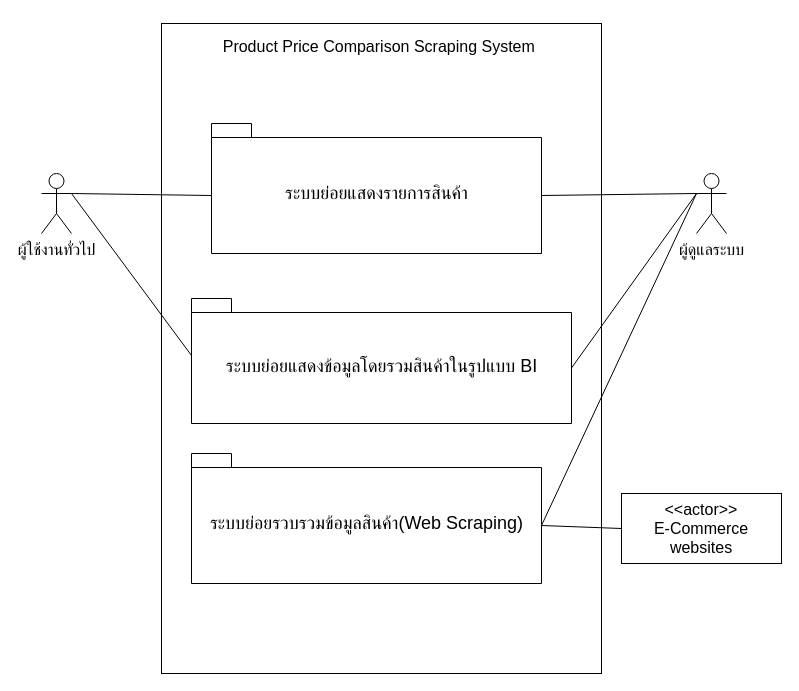
The draw.io diagram Untitled Diagram.drawio in newzyz/Share, before the edit. Source tidied: cells renumbered, new cells numbered last; positions are measured from the earlier drawing's top-left corner, leaving out a move shared by most shapes. Both pictures are drawn from the tidied source at 100%, with x=0, y=0 at pixel (41, 23).
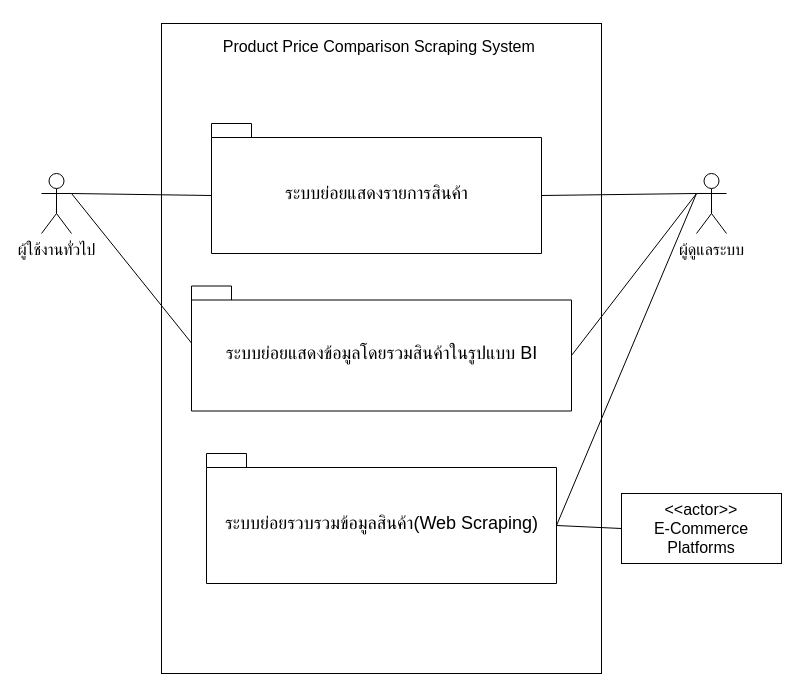
After the change.

The edit, as a diff of the source:
```diff
@@
 <mxGraphModel>
   <root>
     <mxCell id="0" />
     <mxCell id="1" parent="0" />
     <mxCell id="2" value="&lt;font face=&quot;calibri, sans-serif&quot;&gt;&lt;span style=&quot;font-size: 16px&quot;&gt;&lt;br&gt;Product Price Comparison Scraping System&amp;nbsp;&lt;/span&gt;&lt;/font&gt;" style="rounded=0;whiteSpace=wrap;html=1;spacingTop=-125;spacing=5;spacingBottom=500;" parent="1" vertex="1">
       <mxGeometry x="120" width="440" height="650" as="geometry" />
     </mxCell>
     <mxCell id="3" value="&lt;font style=&quot;font-size: 16px&quot;&gt;ผู้ใช้งานทั่วไป&lt;/font&gt;" style="shape=umlActor;verticalLabelPosition=bottom;verticalAlign=top;html=1;outlineConnect=0;hachureGap=4;" parent="1" vertex="1">
       <mxGeometry y="150" width="30" height="60" as="geometry" />
     </mxCell>
     <mxCell id="4" value="&lt;font style=&quot;font-size: 18px ; font-weight: normal&quot;&gt;ระบบย่อยแสดงรายการสินค้า&lt;/font&gt;" style="shape=folder;fontStyle=1;spacingTop=10;tabWidth=40;tabHeight=14;tabPosition=left;html=1;hachureGap=4;" parent="1" vertex="1">
       <mxGeometry x="170" y="100" width="330" height="130" as="geometry" />
     </mxCell>
     <mxCell id="5" style="endArrow=none;html=1;startSize=14;endSize=14;sourcePerimeterSpacing=8;targetPerimeterSpacing=8;entryX=0;entryY=0;entryDx=0;entryDy=72;entryPerimeter=0;exitX=1;exitY=0.3333333333333333;exitDx=0;exitDy=0;exitPerimeter=0;" parent="1" edge="1" source="3" target="4">
       <mxGeometry relative="1" as="geometry" />
     </mxCell>
     <mxCell id="6" value="&lt;font style=&quot;font-size: 18px ; font-weight: normal&quot;&gt;ระบบย่อยแสดงข้อมูลโดยรวมสินค้าในรูปแบบ BI&lt;/font&gt;" style="shape=folder;fontStyle=1;spacingTop=10;tabWidth=40;tabHeight=14;tabPosition=left;html=1;hachureGap=4;" parent="1" vertex="1">
-      <mxGeometry x="150" y="275" width="380" height="125" as="geometry" />
+      <mxGeometry x="150" y="262.5" width="380" height="125" as="geometry" />
     </mxCell>
     <mxCell id="7" style="endArrow=none;html=1;startSize=14;endSize=14;sourcePerimeterSpacing=8;targetPerimeterSpacing=8;entryX=1;entryY=0.3333333333333333;entryDx=0;entryDy=0;entryPerimeter=0;exitX=0;exitY=0;exitDx=0;exitDy=57;exitPerimeter=0;" parent="1" edge="1" source="6" target="3">
       <mxGeometry relative="1" as="geometry" />
     </mxCell>
     <mxCell id="8" value="&lt;font style=&quot;font-size: 18px ; font-weight: normal&quot;&gt;ระบบย่อยรวบรวมข้อมูลสินค้า(Web Scraping)&lt;/font&gt;" style="shape=folder;fontStyle=1;spacingTop=10;tabWidth=40;tabHeight=14;tabPosition=left;html=1;hachureGap=4;" parent="1" vertex="1">
-      <mxGeometry x="150" y="430" width="350" height="130" as="geometry" />
+      <mxGeometry x="165" y="430" width="350" height="130" as="geometry" />
     </mxCell>
-    <mxCell id="9" value="&lt;font style=&quot;font-size: 16px&quot;&gt;&amp;lt;&amp;lt;actor&amp;gt;&amp;gt;&lt;br&gt;E-Commerce websites&lt;/font&gt;" style="rounded=0;whiteSpace=wrap;html=1;hachureGap=4;" parent="1" vertex="1">
+    <mxCell id="9" value="&lt;font style=&quot;font-size: 16px&quot;&gt;&amp;lt;&amp;lt;actor&amp;gt;&amp;gt;&lt;br&gt;E-Commerce Platforms&lt;/font&gt;" style="rounded=0;whiteSpace=wrap;html=1;hachureGap=4;" parent="1" vertex="1">
       <mxGeometry x="580" y="470" width="160" height="70" as="geometry" />
     </mxCell>
     <mxCell id="10" style="endArrow=none;html=1;entryX=0;entryY=0.5;entryDx=0;entryDy=0;exitX=0;exitY=0;exitDx=350;exitDy=72;exitPerimeter=0;" parent="1" edge="1" source="8" target="9">
       <mxGeometry relative="1" as="geometry" />
     </mxCell>
     <mxCell id="11" value="&lt;font style=&quot;font-size: 16px&quot;&gt;ผู้ดูแลระบบ&lt;/font&gt;" style="shape=umlActor;verticalLabelPosition=bottom;verticalAlign=top;html=1;outlineConnect=0;" parent="1" vertex="1">
       <mxGeometry x="655" y="150" width="30" height="60" as="geometry" />
     </mxCell>
     <mxCell id="12" style="endArrow=none;html=1;entryX=0;entryY=0.3333333333333333;entryDx=0;entryDy=0;entryPerimeter=0;exitX=0;exitY=0;exitDx=350;exitDy=72;exitPerimeter=0;" parent="1" edge="1" source="8" target="11">
       <mxGeometry relative="1" as="geometry" />
     </mxCell>
     <mxCell id="13" style="endArrow=none;html=1;rounded=0;entryX=0;entryY=0.3333333333333333;entryDx=0;entryDy=0;entryPerimeter=0;exitX=0;exitY=0;exitDx=380;exitDy=69.5;exitPerimeter=0;" parent="1" edge="1" source="6" target="11">
       <mxGeometry relative="1" as="geometry" />
     </mxCell>
     <mxCell id="14" style="endArrow=none;html=1;rounded=0;entryX=0;entryY=0.3333333333333333;entryDx=0;entryDy=0;entryPerimeter=0;exitX=0;exitY=0;exitDx=330;exitDy=72;exitPerimeter=0;" parent="1" edge="1" source="4" target="11">
       <mxGeometry relative="1" as="geometry" />
     </mxCell>
   </root>
 </mxGraphModel>
```
